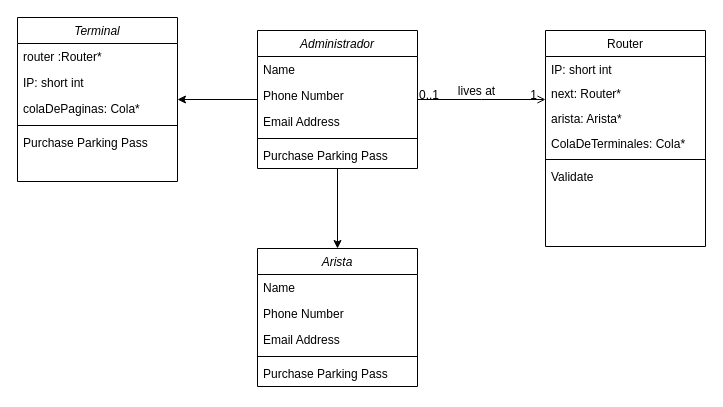
Before: Diagrama sin título.drawio in emaarnolfo/FinalAyEdD2023, a draw.io diagram. Source tidied: cells renumbered, new cells numbered last; positions are measured from the earlier drawing's top-left corner, leaving out a move shared by most shapes. Both pictures are drawn from the tidied source at 100%, with x=0, y=0 at pixel (17, 17).
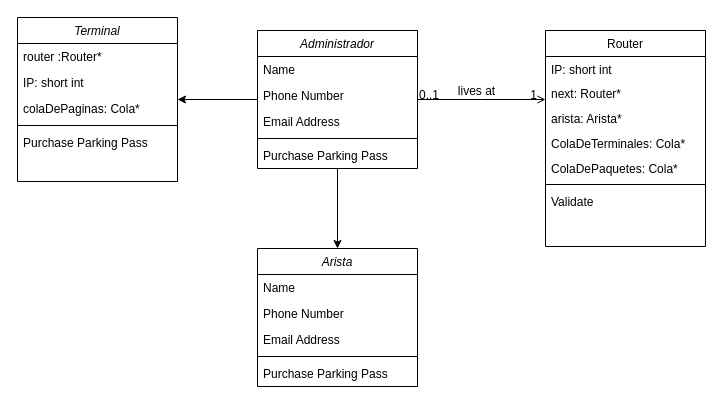
The same page after the edit.

Unchanged cells that the change refers to:
```xml
<mxCell id="10" value="Router" style="swimlane;fontStyle=0;align=center;verticalAlign=top;horizontal=1;startSize=26;rounded=0;shadow=0;strokeWidth=1;" parent="1" vertex="1">
  <mxGeometry x="528" y="13" width="160" height="216" as="geometry" />
</mxCell>
```

Diff of the diagram source:
```diff
@@
+    <mxCell id="33" value="ColaDePaquetes: Cola*" style="text;align=left;verticalAlign=top;spacingLeft=4;spacingRight=4;overflow=hidden;" parent="10" vertex="1">
+      <mxGeometry y="125" width="160" height="25" as="geometry" />
+    </mxCell>
     <mxCell id="15" style="line;html=1;strokeWidth=1;align=left;verticalAlign=middle;spacingTop=-1;spacingLeft=3;spacingRight=3;labelPosition=right;" parent="10" vertex="1">
-      <mxGeometry y="125" width="160" height="8" as="geometry" />
+      <mxGeometry y="150" width="160" height="8" as="geometry" />
     </mxCell>
     <mxCell id="16" value="Validate" style="text;align=left;verticalAlign=top;spacingLeft=4;spacingRight=4;overflow=hidden;" parent="10" vertex="1">
-      <mxGeometry y="133" width="160" height="26" as="geometry" />
+      <mxGeometry y="158" width="160" height="26" as="geometry" />
     </mxCell>
```
